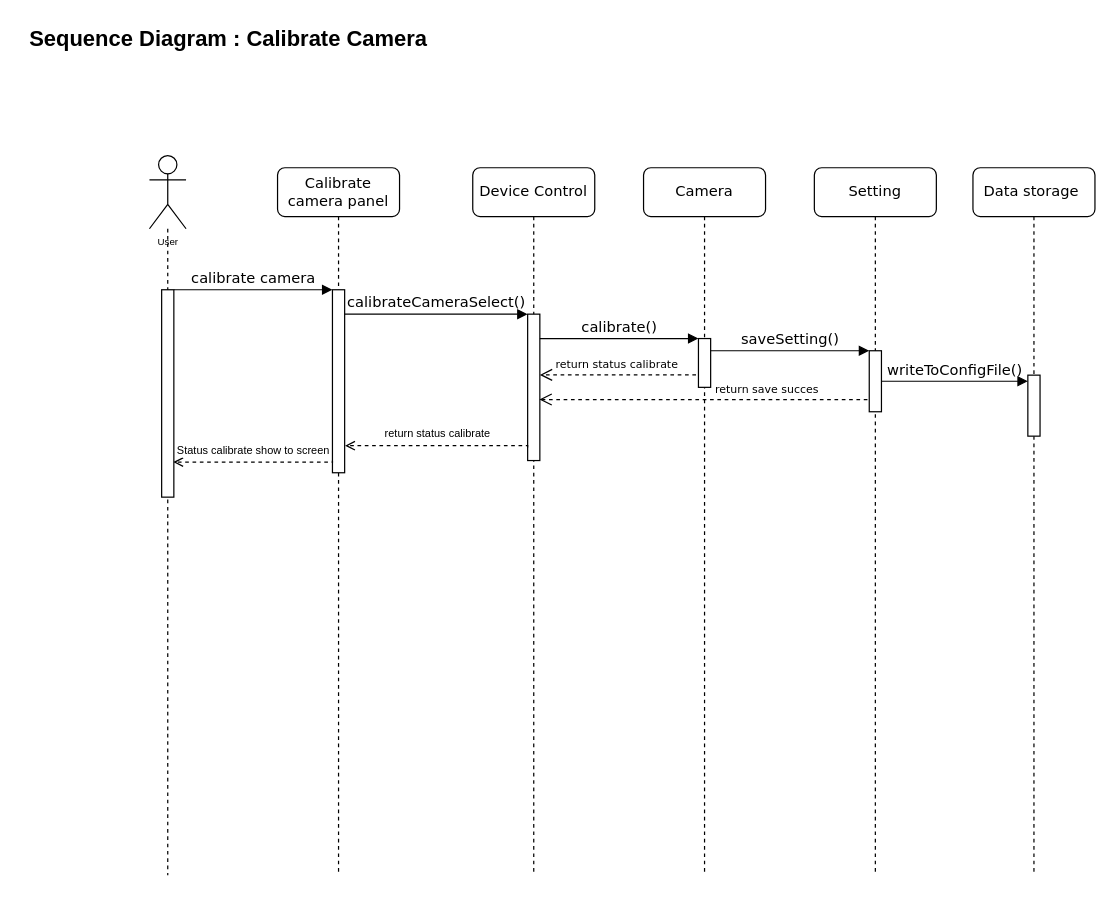
Above: page "Calibrate Camera" (5 of 6) of Sequence_diagram.drawio in astrrr/Right-posture (draw.io), before the change. Source tidied: cells renumbered, new cells numbered last; positions are measured from the earlier drawing's top-left corner, leaving out a move shared by most shapes. Both pictures are drawn from the tidied source at 122%, with x=0, y=0 at pixel (21, 21).
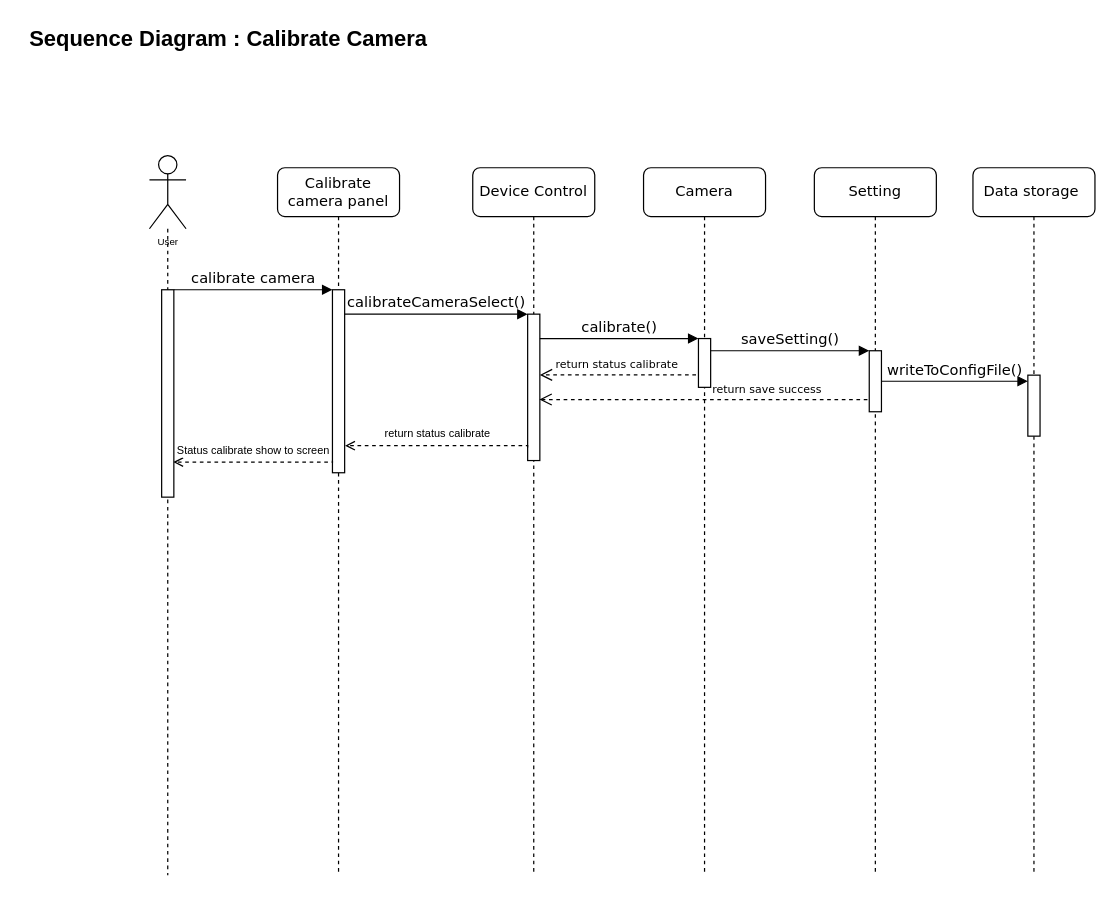
The same diagram, later.

Commit message:
add Set notification sequence flow

The change refers to these unchanged cells:
```xml
<mxCell id="8" style="html=1;points=[];perimeter=orthogonalPerimeter;rounded=0;shadow=0;comic=0;labelBackgroundColor=none;strokeWidth=1;fontFamily=Verdana;fontSize=12;align=center;" parent="7" vertex="1">
  <mxGeometry x="45" y="120" width="10" height="120" as="geometry" />
</mxCell>
<mxCell id="16" value="Setting" style="shape=umlLifeline;perimeter=lifelinePerimeter;whiteSpace=wrap;html=1;outlineConnect=0;rounded=1;shadow=0;comic=0;labelBackgroundColor=none;strokeWidth=1;fontFamily=Verdana;fontSize=12;align=center;" parent="1" vertex="1">
  <mxGeometry x="650" y="120" width="100" height="580" as="geometry" />
</mxCell>
```

The edit, as a diff of the source:
```diff
@@
-    <mxCell id="25" value="&lt;font style=&quot;font-size: 9px&quot;&gt;return save succes&lt;/font&gt;" style="html=1;verticalAlign=bottom;endArrow=open;dashed=1;endSize=8;labelBackgroundColor=none;fontFamily=Verdana;fontSize=12;edgeStyle=elbowEdgeStyle;elbow=vertical;entryX=0.965;entryY=0.583;entryDx=0;entryDy=0;entryPerimeter=0;" parent="1" edge="1" source="16" target="8">
+    <mxCell id="25" value="&lt;font style=&quot;font-size: 9px&quot;&gt;return save success&lt;/font&gt;" style="html=1;verticalAlign=bottom;endArrow=open;dashed=1;endSize=8;labelBackgroundColor=none;fontFamily=Verdana;fontSize=12;edgeStyle=elbowEdgeStyle;elbow=vertical;entryX=0.965;entryY=0.583;entryDx=0;entryDy=0;entryPerimeter=0;" parent="1" edge="1" source="16" target="8">
       <mxGeometry x="-0.35" relative="1" as="geometry">
         <Array as="points">
           <mxPoint x="650" y="310" />
           <mxPoint x="511" y="319.7" />
           <mxPoint x="541" y="319.7" />
           <mxPoint x="471" y="319.7" />
           <mxPoint x="827" y="319.7" />
           <mxPoint x="671" y="319.7" />
           <mxPoint x="481" y="285.7" />
           <mxPoint x="491" y="279.7" />
           <mxPoint x="641" y="279.7" />
           <mxPoint x="671" y="279.7" />
         </Array>
       </mxGeometry>
     </mxCell>
```
